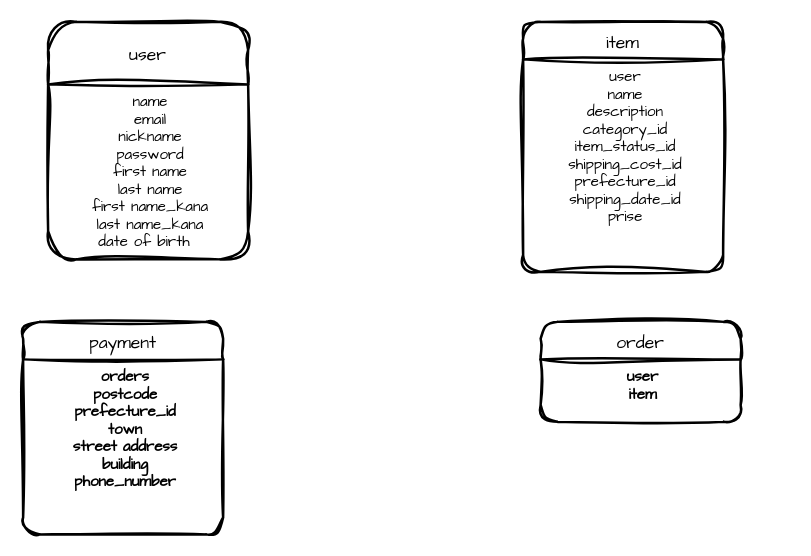
The draw.io diagram .dio in murakamihibiki/furima-39596, before the edit. Source tidied: cells renumbered, new cells numbered last; positions are measured from the earlier drawing's top-left corner, leaving out a move shared by most shapes. Both pictures are drawn from the tidied source at 125%, with x=0, y=0 at pixel (22, 21).
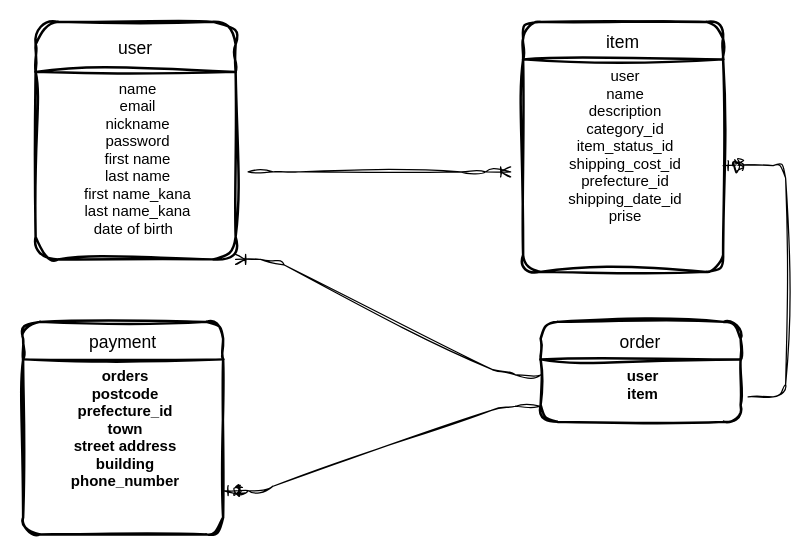
The same page after the edit.

The edit, as a diff of the source:
```diff
@@
 <mxGraphModel>
   <root>
     <mxCell id="0" />
     <mxCell id="1" parent="0" />
-    <mxCell id="2" value="user" style="swimlane;horizontal=1;startSize=50;rounded=1;fontSize=14;fontStyle=0;strokeWidth=2;shadow=0;dashed=0;align=center;sketch=1;curveFitting=1;jiggle=2;fontFamily=Architects Daughter;" parent="1" vertex="1">
-      <mxGeometry x="20" width="160" height="190" as="geometry" />
+    <mxCell id="2" value="user" style="swimlane;horizontal=1;startSize=40;rounded=1;fontSize=14;fontStyle=0;strokeWidth=2;shadow=0;dashed=0;align=center;sketch=1;curveFitting=1;jiggle=2;fontFamily=Helvetica;" parent="1" vertex="1">
+      <mxGeometry x="10" width="160" height="190" as="geometry" />
     </mxCell>
-    <mxCell id="3" value="name&#10;email&#10;nickname&#10;password&#10;first name&#10;last name&#10;first name_kana&#10;last name_kana&#10;date of birth  &#10;" style="align=center;strokeColor=none;fillColor=none;spacingLeft=4;fontSize=12;verticalAlign=top;sketch=1;curveFitting=1;jiggle=2;fontFamily=Architects Daughter;" parent="2" vertex="1">
-      <mxGeometry y="50" width="160" height="140" as="geometry" />
+    <mxCell id="3" value="name&#10;email&#10;nickname&#10;password&#10;first name&#10;last name&#10;first name_kana&#10;last name_kana&#10;date of birth  &#10;" style="align=center;strokeColor=none;fillColor=none;spacingLeft=4;fontSize=12;verticalAlign=top;sketch=1;curveFitting=1;jiggle=2;fontFamily=Helvetica;" parent="2" vertex="1">
+      <mxGeometry y="40" width="160" height="150" as="geometry" />
     </mxCell>
-    <mxCell id="4" value="item" style="swimlane;horizontal=1;startSize=30;rounded=1;fontSize=14;fontStyle=0;strokeWidth=2;shadow=0;dashed=0;align=center;sketch=1;curveFitting=1;jiggle=2;fontFamily=Architects Daughter;" parent="1" vertex="1">
+    <mxCell id="4" value="item" style="swimlane;horizontal=1;startSize=30;rounded=1;fontSize=14;fontStyle=0;strokeWidth=2;shadow=0;dashed=0;align=center;sketch=1;curveFitting=1;jiggle=2;fontFamily=Helvetica;" parent="1" vertex="1">
       <mxGeometry x="400" width="160" height="200" as="geometry" />
     </mxCell>
-    <mxCell id="5" value="user&#10;name&#10;description&#10;category_id&#10;item_status_id&#10;shipping_cost_id&#10;prefecture_id&#10;shipping_date_id&#10;prise" style="align=center;strokeColor=none;fillColor=none;spacingLeft=4;fontSize=12;verticalAlign=top;fontStyle=0;sketch=1;curveFitting=1;jiggle=2;fontFamily=Architects Daughter;" parent="4" vertex="1">
+    <mxCell id="5" value="user&#10;name&#10;description&#10;category_id&#10;item_status_id&#10;shipping_cost_id&#10;prefecture_id&#10;shipping_date_id&#10;prise" style="align=center;strokeColor=none;fillColor=none;spacingLeft=4;fontSize=12;verticalAlign=top;fontStyle=0;sketch=1;curveFitting=1;jiggle=2;fontFamily=Helvetica;" parent="4" vertex="1">
       <mxGeometry y="30" width="160" height="170" as="geometry" />
     </mxCell>
-    <mxCell id="6" value="order" style="swimlane;horizontal=1;startSize=30;rounded=1;fontSize=14;fontStyle=0;strokeWidth=2;shadow=0;dashed=0;align=center;sketch=1;hachureGap=4;jiggle=2;curveFitting=1;fontFamily=Architects Daughter;" parent="1" vertex="1">
+    <mxCell id="6" value="order" style="swimlane;horizontal=1;startSize=30;rounded=1;fontSize=14;fontStyle=0;strokeWidth=2;shadow=0;dashed=0;align=center;sketch=1;hachureGap=4;jiggle=2;curveFitting=1;fontFamily=Helvetica;" parent="1" vertex="1">
       <mxGeometry x="414" y="240" width="160" height="80" as="geometry" />
     </mxCell>
-    <mxCell id="7" value="user&#10;item&#10;" style="align=center;strokeColor=none;fillColor=none;spacingLeft=4;fontSize=12;verticalAlign=top;sketch=1;hachureGap=4;jiggle=2;curveFitting=1;fontFamily=Architects Daughter;fontStyle=1;" parent="6" vertex="1">
+    <mxCell id="7" value="user&#10;item&#10;" style="align=center;strokeColor=none;fillColor=none;spacingLeft=4;fontSize=12;verticalAlign=top;sketch=1;hachureGap=4;jiggle=2;curveFitting=1;fontFamily=Helvetica;fontStyle=1;" parent="6" vertex="1">
       <mxGeometry y="30" width="160" height="50" as="geometry" />
     </mxCell>
-    <mxCell id="8" value="payment" style="swimlane;horizontal=1;startSize=30;rounded=1;fontSize=14;fontStyle=0;strokeWidth=2;shadow=0;dashed=0;align=center;sketch=1;hachureGap=4;jiggle=2;curveFitting=1;fontFamily=Architects Daughter;" parent="1" vertex="1">
+    <mxCell id="8" value="payment" style="swimlane;horizontal=1;startSize=30;rounded=1;fontSize=14;fontStyle=0;strokeWidth=2;shadow=0;dashed=0;align=center;sketch=1;hachureGap=4;jiggle=2;curveFitting=1;fontFamily=Helvetica;" parent="1" vertex="1">
       <mxGeometry y="240" width="160" height="170" as="geometry" />
     </mxCell>
-    <mxCell id="9" value="orders&#10;postcode&#10;prefecture_id&#10;town&#10;street address&#10;building&#10;phone_number&#10;" style="align=center;strokeColor=none;fillColor=none;spacingLeft=4;fontSize=12;verticalAlign=top;sketch=1;hachureGap=4;jiggle=2;curveFitting=1;fontFamily=Architects Daughter;fontStyle=1;" parent="8" vertex="1">
+    <mxCell id="9" value="orders&#10;postcode&#10;prefecture_id&#10;town&#10;street address&#10;building&#10;phone_number&#10;" style="align=center;strokeColor=none;fillColor=none;spacingLeft=4;fontSize=12;verticalAlign=top;sketch=1;hachureGap=4;jiggle=2;curveFitting=1;fontFamily=Helvetica;fontStyle=1;" parent="8" vertex="1">
       <mxGeometry y="30" width="160" height="140" as="geometry" />
     </mxCell>
+    <mxCell id="10" style="edgeStyle=entityRelationEdgeStyle;fontSize=12;html=1;endArrow=ERoneToMany;sketch=1;hachureGap=4;jiggle=2;curveFitting=1;fontFamily=Helvetica;elbow=vertical;" parent="1" edge="1">
+      <mxGeometry relative="1" as="geometry">
+        <mxPoint x="180" y="120" as="sourcePoint" />
+        <mxPoint x="390" y="120" as="targetPoint" />
+      </mxGeometry>
+    </mxCell>
+    <mxCell id="11" style="edgeStyle=entityRelationEdgeStyle;fontSize=12;html=1;endArrow=ERoneToMany;sketch=1;hachureGap=4;jiggle=2;curveFitting=1;fontFamily=Helvetica;elbow=vertical;entryX=1;entryY=1;entryDx=0;entryDy=0;exitX=0;exitY=0.25;exitDx=0;exitDy=0;" parent="1" edge="1" source="7" target="3">
+      <mxGeometry relative="1" as="geometry" />
+    </mxCell>
+    <mxCell id="12" style="edgeStyle=entityRelationEdgeStyle;fontSize=12;html=1;endArrow=ERzeroToOne;endFill=1;sketch=1;hachureGap=4;jiggle=2;curveFitting=1;fontFamily=Helvetica;elbow=vertical;entryX=1;entryY=0.75;entryDx=0;entryDy=0;exitX=0;exitY=0.75;exitDx=0;exitDy=0;" parent="1" edge="1" source="7" target="9">
+      <mxGeometry relative="1" as="geometry" />
+    </mxCell>
+    <mxCell id="13" style="edgeStyle=entityRelationEdgeStyle;fontSize=12;html=1;endArrow=ERzeroToOne;endFill=1;sketch=1;hachureGap=4;jiggle=2;curveFitting=1;fontFamily=Helvetica;elbow=vertical;entryX=1;entryY=0.5;entryDx=0;entryDy=0;" parent="1" edge="1" target="5">
+      <mxGeometry relative="1" as="geometry">
+        <mxPoint x="580" y="300" as="sourcePoint" />
+      </mxGeometry>
+    </mxCell>
   </root>
 </mxGraphModel>
```
